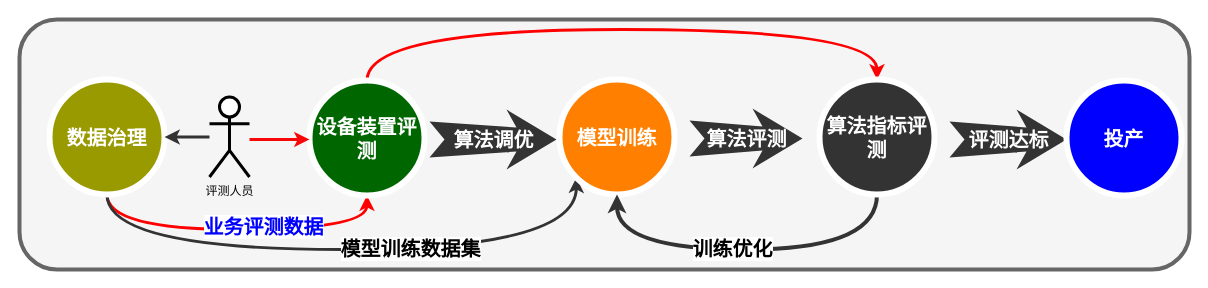
Before: 流程环形图_商务.drawio in paleblackless/diagrams, a draw.io diagram. Source tidied: cells renumbered, new cells numbered last; positions are measured from the earlier drawing's top-left corner, leaving out a move shared by most shapes. Both pictures are drawn from the tidied source at 100%, with x=0, y=0 at pixel (19, 19).
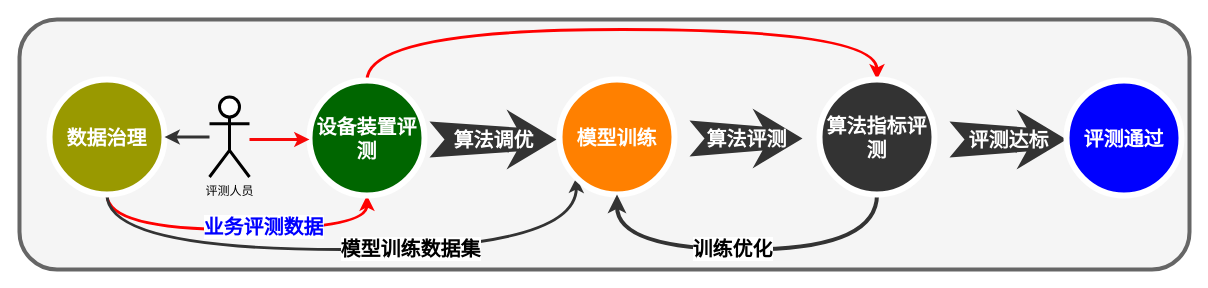
The same diagram, later.

Commit message (it also covers changes not shown here):
更新流程环形图_商务.drawio

What changed in the source:
```diff
@@
-    <mxCell id="17" value="&lt;b style=&quot;font-size: 20px;&quot;&gt;&lt;font style=&quot;font-size: 20px;&quot;&gt;投产&lt;/font&gt;&lt;/b&gt;" style="ellipse;whiteSpace=wrap;html=1;rounded=0;shadow=0;strokeWidth=6;fontSize=20;align=center;fillColor=#0000FF;strokeColor=#FFFFFF;fontColor=#FFFFFF;" parent="1" vertex="1">
+    <mxCell id="17" value="&lt;b&gt;评测通过&lt;/b&gt;" style="ellipse;whiteSpace=wrap;html=1;rounded=0;shadow=0;strokeWidth=6;fontSize=20;align=center;fillColor=#0000FF;strokeColor=#FFFFFF;fontColor=#FFFFFF;" parent="1" vertex="1">
       <mxGeometry x="1047" y="61" width="115" height="115" as="geometry" />
     </mxCell>
```
